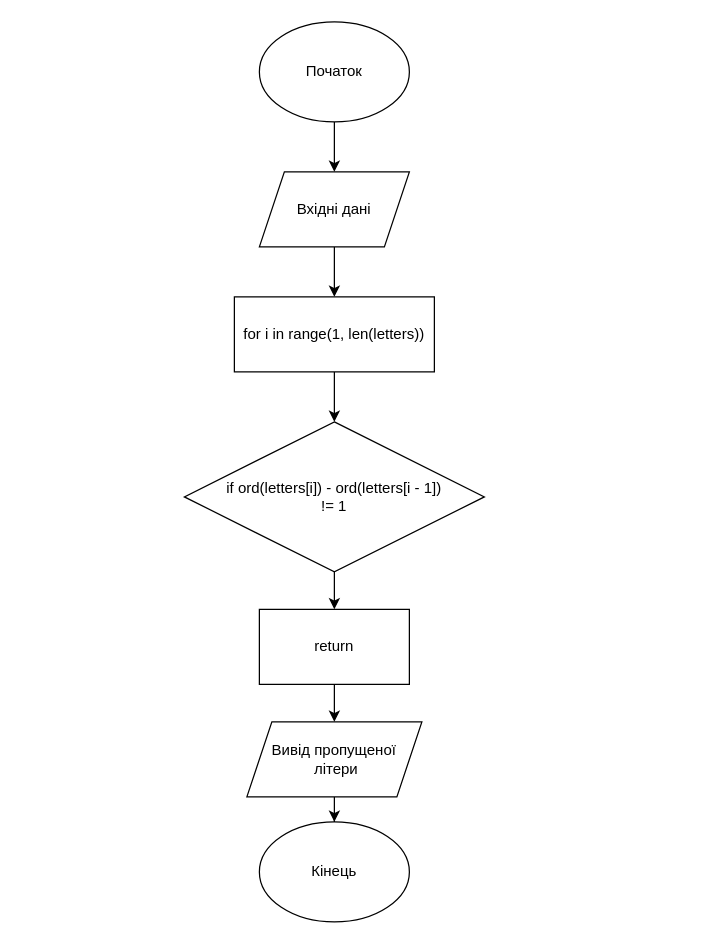
Before: Діаграма без назви.drawio in Victoria-004/lab3, a draw.io diagram. Source tidied: cells renumbered, new cells numbered last; positions are measured from the earlier drawing's top-left corner, leaving out a move shared by most shapes. Both pictures are drawn from the tidied source at 125%, with x=0, y=0 at pixel (184, 21).
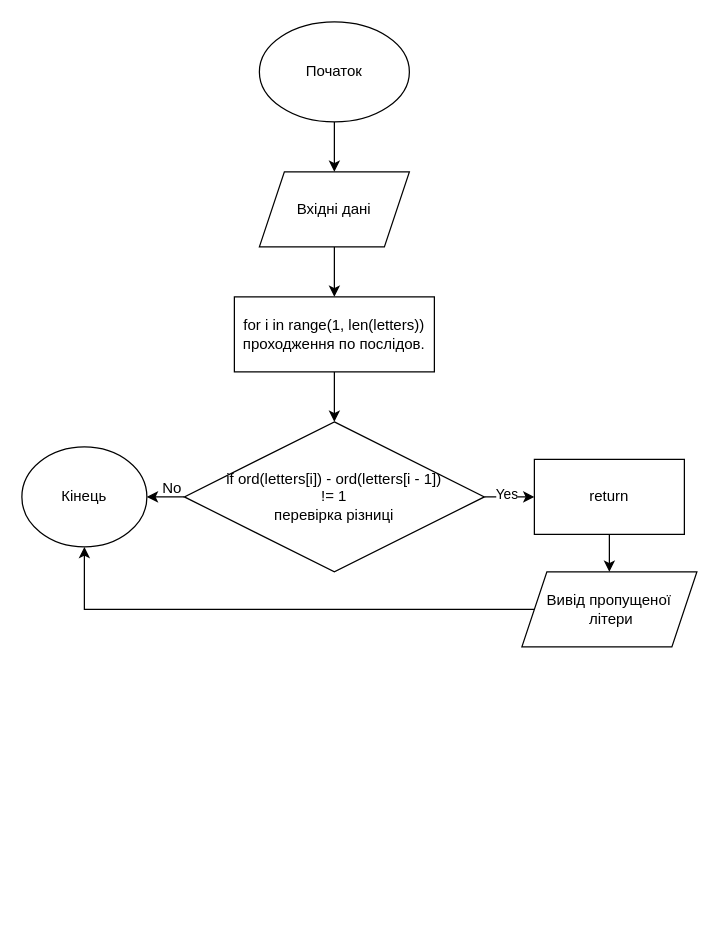
The same page after the edit.

What changed in the source:
```diff
@@
 <mxGraphModel>
   <root>
     <mxCell id="0" />
     <mxCell id="1" parent="0" />
     <mxCell id="2" style="edgeStyle=orthogonalEdgeStyle;rounded=0;jettySize=auto;html=1;" parent="1" edge="1" source="3" target="5">
       <mxGeometry relative="1" as="geometry" />
     </mxCell>
     <mxCell id="3" value="Початок" style="ellipse;whiteSpace=wrap;html=1;" parent="1" vertex="1">
       <mxGeometry x="60" width="120" height="80" as="geometry" />
     </mxCell>
     <mxCell id="4" style="edgeStyle=orthogonalEdgeStyle;rounded=0;jettySize=auto;html=1;" parent="1" edge="1" source="5" target="7">
       <mxGeometry relative="1" as="geometry" />
     </mxCell>
     <mxCell id="5" value="Вхідні дані" style="shape=parallelogram;perimeter=parallelogramPerimeter;whiteSpace=wrap;html=1;fixedSize=1;" parent="1" vertex="1">
       <mxGeometry x="60" y="120" width="120" height="60" as="geometry" />
     </mxCell>
     <mxCell id="6" style="edgeStyle=orthogonalEdgeStyle;rounded=0;jettySize=auto;html=1;" parent="1" edge="1" source="7" target="9">
       <mxGeometry relative="1" as="geometry" />
     </mxCell>
-    <mxCell id="7" value="for i in range(1, len(letters))" style="whiteSpace=wrap;html=1;" parent="1" vertex="1">
+    <mxCell id="7" value="for i in range(1, len(letters))&lt;div&gt;проходження по послідов.&lt;/div&gt;" style="whiteSpace=wrap;html=1;" parent="1" vertex="1">
       <mxGeometry x="40" y="220" width="160" height="60" as="geometry" />
     </mxCell>
     <mxCell id="8" style="edgeStyle=orthogonalEdgeStyle;rounded=0;jettySize=auto;html=1;" parent="1" edge="1" source="9" target="11">
       <mxGeometry relative="1" as="geometry" />
     </mxCell>
+    <mxCell id="15" value="Yes" style="edgeLabel;html=1;align=center;verticalAlign=middle;" parent="8" vertex="1">
+      <mxGeometry x="-0.16" y="3" relative="1" as="geometry" />
+    </mxCell>
+    <mxCell id="16" style="edgeStyle=orthogonalEdgeStyle;rounded=0;jettySize=auto;html=1;" parent="1" edge="1" source="9" target="14">
+      <mxGeometry relative="1" as="geometry" />
+    </mxCell>
-    <mxCell id="9" value="if ord(letters[i]) - ord(letters[i - 1])&lt;div&gt;!= 1&lt;/div&gt;" style="rhombus;whiteSpace=wrap;html=1;" parent="1" vertex="1">
+    <mxCell id="9" value="if ord(letters[i]) - ord(letters[i - 1])&lt;div&gt;!= 1&lt;/div&gt;&lt;div&gt;перевірка різниці&lt;/div&gt;" style="rhombus;whiteSpace=wrap;html=1;" parent="1" vertex="1">
       <mxGeometry y="320" width="240" height="120" as="geometry" />
     </mxCell>
     <mxCell id="10" style="edgeStyle=orthogonalEdgeStyle;rounded=0;jettySize=auto;html=1;" parent="1" edge="1" source="11" target="13">
       <mxGeometry relative="1" as="geometry" />
     </mxCell>
     <mxCell id="11" value="return" style="whiteSpace=wrap;html=1;" parent="1" vertex="1">
-      <mxGeometry x="60" y="470" width="120" height="60" as="geometry" />
+      <mxGeometry x="280" y="350" width="120" height="60" as="geometry" />
     </mxCell>
+    <mxCell id="14" value="Кінець" style="ellipse;whiteSpace=wrap;html=1;" parent="1" vertex="1">
+      <mxGeometry x="-130" y="340" width="100" height="80" as="geometry" />
+    </mxCell>
+    <mxCell id="17" value="No" style="text;html=1;align=center;verticalAlign=middle;strokeColor=none;fillColor=none;" parent="1" vertex="1">
+      <mxGeometry x="-30" y="358" width="40" height="30" as="geometry" />
+    </mxCell>
-    <mxCell id="12" style="edgeStyle=orthogonalEdgeStyle;rounded=0;jettySize=auto;html=1;" parent="1" edge="1" source="13" target="14">
+    <mxCell id="12" style="edgeStyle=orthogonalEdgeStyle;rounded=0;jettySize=auto;html=1;exitX=0;exitY=0.5;exitDx=0;exitDy=0;entryX=0.5;entryY=1;entryDx=0;entryDy=0;" parent="1" edge="1" source="13" target="14">
       <mxGeometry relative="1" as="geometry" />
     </mxCell>
     <mxCell id="13" value="Вивід пропущеної&lt;div&gt;&amp;nbsp;літери&lt;/div&gt;" style="shape=parallelogram;perimeter=parallelogramPerimeter;whiteSpace=wrap;html=1;fixedSize=1;" parent="1" vertex="1">
-      <mxGeometry x="50" y="560" width="140" height="60" as="geometry" />
+      <mxGeometry x="270" y="440" width="140" height="60" as="geometry" />
     </mxCell>
-    <mxCell id="14" value="Кінець" style="ellipse;whiteSpace=wrap;html=1;" parent="1" vertex="1">
-      <mxGeometry x="60" y="640" width="120" height="80" as="geometry" />
-    </mxCell>
   </root>
 </mxGraphModel>
```
